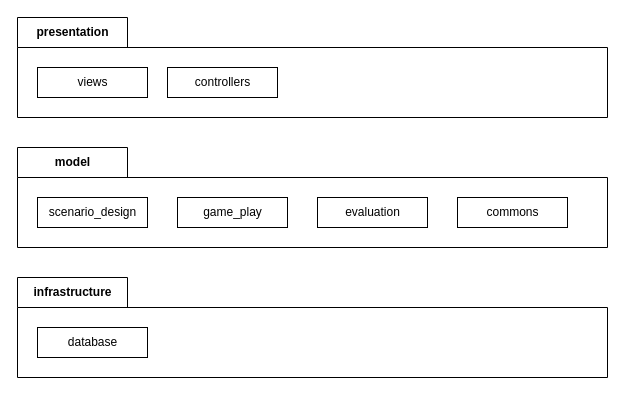
Before: page "layers" (4 of 10) of artefacts/static_view/class diagram.drawio in Elias-Ladenburger/CSEP, a draw.io diagram. Source tidied: cells renumbered, new cells numbered last; positions are measured from the earlier drawing's top-left corner, leaving out a move shared by most shapes. Both pictures are drawn from the tidied source at 100%, with x=0, y=0 at pixel (17, 17).
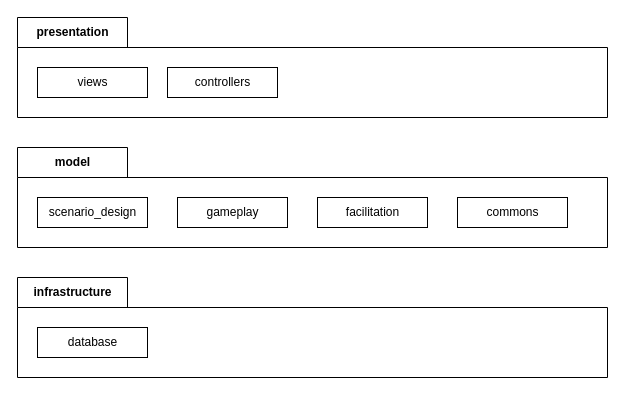
Above is the later version.

Change to the diagram source:
```diff
@@
 <mxGraphModel>
   <root>
     <mxCell id="0" />
     <mxCell id="1" parent="0" />
     <mxCell id="2" value="presentation" style="shape=folder;fontStyle=1;tabWidth=110;tabHeight=30;tabPosition=left;html=1;boundedLbl=1;labelInHeader=1;" parent="1" vertex="1">
       <mxGeometry width="590" height="100" as="geometry" />
     </mxCell>
     <mxCell id="3" value="views" style="html=1;" parent="2" vertex="1">
       <mxGeometry width="110" height="30" relative="1" as="geometry">
         <mxPoint x="20" y="50" as="offset" />
       </mxGeometry>
     </mxCell>
     <mxCell id="4" value="controllers" style="html=1;" parent="2" vertex="1">
       <mxGeometry x="150" y="50" width="110" height="30" as="geometry" />
     </mxCell>
     <mxCell id="5" value="model" style="shape=folder;fontStyle=1;tabWidth=110;tabHeight=30;tabPosition=left;html=1;boundedLbl=1;labelInHeader=1;" parent="1" vertex="1">
       <mxGeometry y="130" width="590" height="100" as="geometry" />
     </mxCell>
-    <mxCell id="6" value="game_play" style="html=1;" parent="5" vertex="1">
+    <mxCell id="6" value="gameplay" style="html=1;" parent="5" vertex="1">
       <mxGeometry x="160" y="50" width="110" height="30" as="geometry" />
     </mxCell>
     <mxCell id="7" value="scenario_design" style="html=1;" parent="5" vertex="1">
       <mxGeometry x="20" y="50" width="110" height="30" as="geometry" />
     </mxCell>
-    <mxCell id="8" value="evaluation" style="html=1;" parent="5" vertex="1">
+    <mxCell id="8" value="facilitation" style="html=1;" parent="5" vertex="1">
       <mxGeometry x="300" y="50" width="110" height="30" as="geometry" />
     </mxCell>
     <mxCell id="9" value="commons" style="html=1;" parent="5" vertex="1">
       <mxGeometry x="440" y="50" width="110" height="30" as="geometry" />
     </mxCell>
     <mxCell id="10" value="infrastructure" style="shape=folder;fontStyle=1;tabWidth=110;tabHeight=30;tabPosition=left;html=1;boundedLbl=1;labelInHeader=1;" parent="1" vertex="1">
       <mxGeometry y="260" width="590" height="100" as="geometry" />
     </mxCell>
     <mxCell id="11" value="database" style="html=1;" parent="1" vertex="1">
       <mxGeometry x="20" y="310" width="110" height="30" as="geometry" />
     </mxCell>
   </root>
 </mxGraphModel>
```
